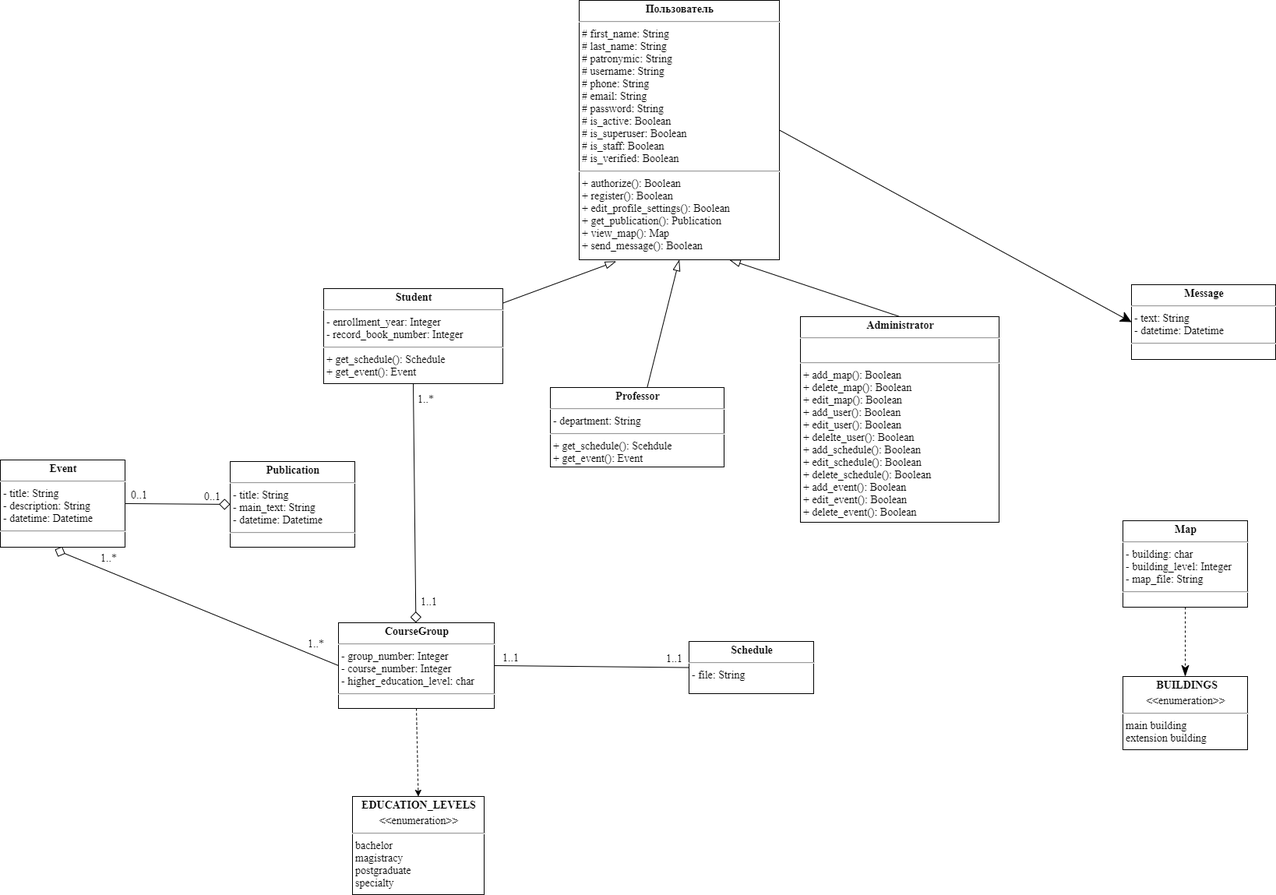
The draw.io diagram diagrams/Диаграмма класов (Class diagram)/Class diagram.png in NerdSmith/MyCSF_App, before a commit. Source tidied: cells renumbered, new cells last; positions are measured from the earlier drawing's top-left corner, leaving out a move shared by most shapes.
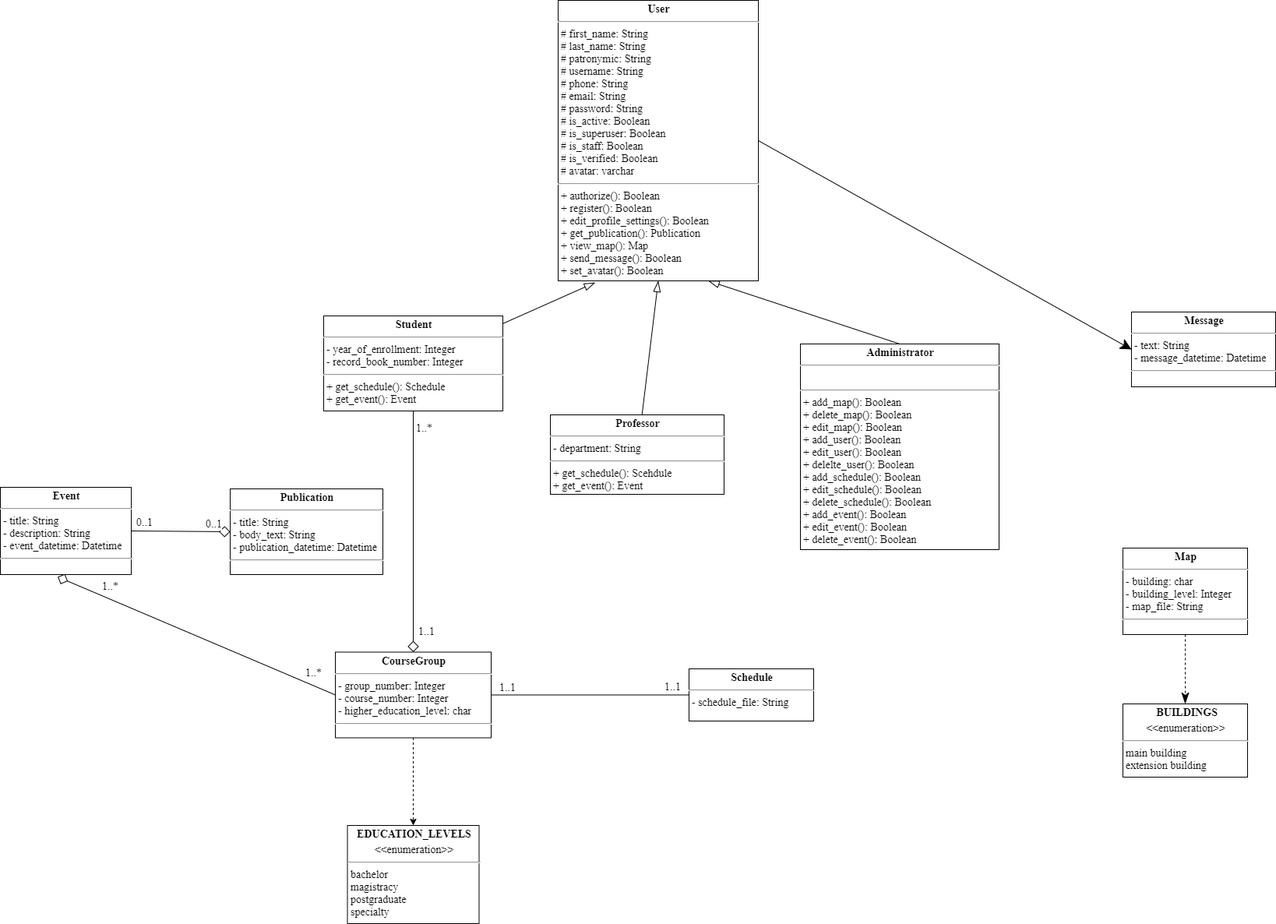
Above is the later version.

Commit message:
fix er, physical, class, sequence, state, useCase

Change to the diagram source:
```diff
@@ -7,4 +7,4 @@
     </mxCell>
-    <mxCell id="3" value="&lt;p style=&quot;margin: 4px 0px 0px ; text-align: center ; font-size: 14px&quot;&gt;&lt;b style=&quot;font-size: 14px&quot;&gt;Пользователь&lt;/b&gt;&lt;/p&gt;&lt;hr style=&quot;font-size: 14px&quot;&gt;&lt;p style=&quot;margin: 0px 0px 0px 4px ; font-size: 14px&quot;&gt;#&amp;nbsp;&lt;span style=&quot;font-size: 14px&quot;&gt;first_name&lt;/span&gt;: String&lt;/p&gt;&lt;p style=&quot;margin: 0px 0px 0px 4px ; font-size: 14px&quot;&gt;#&amp;nbsp;&lt;span style=&quot;font-size: 14px&quot;&gt;last_name&lt;/span&gt;: String&lt;/p&gt;&lt;p style=&quot;margin: 0px 0px 0px 4px ; font-size: 14px&quot;&gt;# patronymic: String&lt;/p&gt;&lt;p style=&quot;margin: 0px 0px 0px 4px ; font-size: 14px&quot;&gt;# username: String&amp;nbsp;&lt;/p&gt;&lt;p style=&quot;margin: 0px 0px 0px 4px ; font-size: 14px&quot;&gt;# phone: String&lt;/p&gt;&lt;p style=&quot;margin: 0px 0px 0px 4px ; font-size: 14px&quot;&gt;# email: String&lt;/p&gt;&lt;p style=&quot;margin: 0px 0px 0px 4px ; font-size: 14px&quot;&gt;# password: String&lt;/p&gt;&lt;p style=&quot;margin: 0px 0px 0px 4px ; font-size: 14px&quot;&gt;# is_active: Boolean&lt;br&gt;&lt;/p&gt;&lt;p style=&quot;margin: 0px 0px 0px 4px ; font-size: 14px&quot;&gt;# is_superuser: Boolean&lt;br&gt;&lt;/p&gt;&lt;p style=&quot;margin: 0px 0px 0px 4px ; font-size: 14px&quot;&gt;# is_staff: Boolean&lt;br&gt;&lt;/p&gt;&lt;p style=&quot;margin: 0px 0px 0px 4px ; font-size: 14px&quot;&gt;# is_verified: Boolean&lt;/p&gt;&lt;hr style=&quot;font-size: 14px&quot;&gt;&lt;p style=&quot;margin: 0px 0px 0px 4px ; font-size: 14px&quot;&gt;+ authorize(): Boolean&lt;/p&gt;&lt;p style=&quot;margin: 0px 0px 0px 4px ; font-size: 14px&quot;&gt;+ register(): Boolean&lt;/p&gt;&lt;p style=&quot;margin: 0px 0px 0px 4px ; font-size: 14px&quot;&gt;+ edit_profile_settings(): Boolean&lt;/p&gt;&lt;p style=&quot;margin: 0px 0px 0px 4px ; font-size: 14px&quot;&gt;+ get_publication(): Publication&lt;/p&gt;&lt;p style=&quot;margin: 0px 0px 0px 4px ; font-size: 14px&quot;&gt;+ view_map(): Map&lt;/p&gt;&lt;p style=&quot;margin: 0px 0px 0px 4px ; font-size: 14px&quot;&gt;+ send_message(): Boolean&lt;/p&gt;&lt;p style=&quot;margin: 0px 0px 0px 4px ; font-size: 14px&quot;&gt;&lt;br style=&quot;font-size: 14px&quot;&gt;&lt;/p&gt;" style="verticalAlign=top;align=left;overflow=fill;fontSize=14;fontFamily=Times New Roman;html=1;" parent="1" vertex="1">
-      <mxGeometry x="743" width="257" height="333" as="geometry" />
+    <mxCell id="3" value="&lt;p style=&quot;margin: 4px 0px 0px ; text-align: center ; font-size: 14px&quot;&gt;&lt;b&gt;User&lt;/b&gt;&lt;/p&gt;&lt;hr style=&quot;font-size: 14px&quot;&gt;&lt;p style=&quot;margin: 0px 0px 0px 4px ; font-size: 14px&quot;&gt;#&amp;nbsp;&lt;span style=&quot;font-size: 14px&quot;&gt;first_name&lt;/span&gt;: String&lt;/p&gt;&lt;p style=&quot;margin: 0px 0px 0px 4px ; font-size: 14px&quot;&gt;#&amp;nbsp;&lt;span style=&quot;font-size: 14px&quot;&gt;last_name&lt;/span&gt;: String&lt;/p&gt;&lt;p style=&quot;margin: 0px 0px 0px 4px ; font-size: 14px&quot;&gt;# patronymic: String&lt;/p&gt;&lt;p style=&quot;margin: 0px 0px 0px 4px ; font-size: 14px&quot;&gt;# username: String&amp;nbsp;&lt;/p&gt;&lt;p style=&quot;margin: 0px 0px 0px 4px ; font-size: 14px&quot;&gt;# phone: String&lt;/p&gt;&lt;p style=&quot;margin: 0px 0px 0px 4px ; font-size: 14px&quot;&gt;# email: String&lt;/p&gt;&lt;p style=&quot;margin: 0px 0px 0px 4px ; font-size: 14px&quot;&gt;# password: String&lt;/p&gt;&lt;p style=&quot;margin: 0px 0px 0px 4px ; font-size: 14px&quot;&gt;# is_active: Boolean&lt;br&gt;&lt;/p&gt;&lt;p style=&quot;margin: 0px 0px 0px 4px ; font-size: 14px&quot;&gt;# is_superuser: Boolean&lt;br&gt;&lt;/p&gt;&lt;p style=&quot;margin: 0px 0px 0px 4px ; font-size: 14px&quot;&gt;# is_staff: Boolean&lt;br&gt;&lt;/p&gt;&lt;p style=&quot;margin: 0px 0px 0px 4px ; font-size: 14px&quot;&gt;# is_verified: Boolean&lt;/p&gt;&lt;p style=&quot;margin: 0px 0px 0px 4px ; font-size: 14px&quot;&gt;# avatar: varchar&lt;/p&gt;&lt;hr style=&quot;font-size: 14px&quot;&gt;&lt;p style=&quot;margin: 0px 0px 0px 4px ; font-size: 14px&quot;&gt;+ authorize(): Boolean&lt;/p&gt;&lt;p style=&quot;margin: 0px 0px 0px 4px ; font-size: 14px&quot;&gt;+ register(): Boolean&lt;/p&gt;&lt;p style=&quot;margin: 0px 0px 0px 4px ; font-size: 14px&quot;&gt;+ edit_profile_settings(): Boolean&lt;/p&gt;&lt;p style=&quot;margin: 0px 0px 0px 4px ; font-size: 14px&quot;&gt;+ get_publication(): Publication&lt;/p&gt;&lt;p style=&quot;margin: 0px 0px 0px 4px ; font-size: 14px&quot;&gt;+ view_map(): Map&lt;/p&gt;&lt;p style=&quot;margin: 0px 0px 0px 4px ; font-size: 14px&quot;&gt;+ send_message(): Boolean&lt;/p&gt;&lt;p style=&quot;margin: 0px 0px 0px 4px ; font-size: 14px&quot;&gt;+ set_avatar(): Boolean&lt;/p&gt;" style="verticalAlign=top;align=left;overflow=fill;fontSize=14;fontFamily=Times New Roman;html=1;" parent="1" vertex="1">
+      <mxGeometry x="716" y="-35" width="257" height="360" as="geometry" />
     </mxCell>
@@ -13,3 +13,3 @@
     </mxCell>
-    <mxCell id="5" value="&lt;p style=&quot;margin: 4px 0px 0px ; text-align: center ; font-size: 14px&quot;&gt;&lt;b&gt;Student&lt;/b&gt;&lt;/p&gt;&lt;hr style=&quot;font-size: 14px&quot;&gt;&lt;p style=&quot;margin: 0px 0px 0px 4px ; font-size: 14px&quot;&gt;&lt;span style=&quot;font-size: 14px&quot;&gt;- &lt;/span&gt;enrollment_year&lt;span style=&quot;font-size: 14px&quot;&gt;: Integer&lt;/span&gt;&lt;br style=&quot;font-size: 14px&quot;&gt;&lt;/p&gt;&lt;p style=&quot;margin: 0px 0px 0px 4px ; font-size: 14px&quot;&gt;- record_book_number: Integer&lt;br style=&quot;font-size: 14px&quot;&gt;&lt;/p&gt;&lt;hr style=&quot;font-size: 14px&quot;&gt;&lt;p style=&quot;margin: 0px 0px 0px 4px ; font-size: 14px&quot;&gt;+ get_schedule(): Schedule&lt;/p&gt;&lt;p style=&quot;margin: 0px 0px 0px 4px ; font-size: 14px&quot;&gt;+ get_event(): Event&lt;/p&gt;" style="verticalAlign=top;align=left;overflow=fill;fontSize=14;fontFamily=Times New Roman;html=1;" parent="1" vertex="1">
+    <mxCell id="5" value="&lt;p style=&quot;margin: 4px 0px 0px ; text-align: center ; font-size: 14px&quot;&gt;&lt;b&gt;Student&lt;/b&gt;&lt;/p&gt;&lt;hr style=&quot;font-size: 14px&quot;&gt;&lt;p style=&quot;margin: 0px 0px 0px 4px ; font-size: 14px&quot;&gt;&lt;span style=&quot;font-size: 14px&quot;&gt;- &lt;/span&gt;year_of_enrollment&lt;span style=&quot;font-size: 14px&quot;&gt;: Integer&lt;/span&gt;&lt;br style=&quot;font-size: 14px&quot;&gt;&lt;/p&gt;&lt;p style=&quot;margin: 0px 0px 0px 4px ; font-size: 14px&quot;&gt;- record_book_number: Integer&lt;br style=&quot;font-size: 14px&quot;&gt;&lt;/p&gt;&lt;hr style=&quot;font-size: 14px&quot;&gt;&lt;p style=&quot;margin: 0px 0px 0px 4px ; font-size: 14px&quot;&gt;+ get_schedule(): Schedule&lt;/p&gt;&lt;p style=&quot;margin: 0px 0px 0px 4px ; font-size: 14px&quot;&gt;+ get_event(): Event&lt;/p&gt;" style="verticalAlign=top;align=left;overflow=fill;fontSize=14;fontFamily=Times New Roman;html=1;" parent="1" vertex="1">
       <mxGeometry x="415" y="370" width="230" height="122" as="geometry" />
@@ -28,3 +28,3 @@
     </mxCell>
-    <mxCell id="10" value="&lt;p style=&quot;margin: 4px 0px 0px ; text-align: center ; font-size: 14px&quot;&gt;&lt;b style=&quot;font-size: 14px&quot;&gt;Schedule&lt;/b&gt;&lt;/p&gt;&lt;hr style=&quot;font-size: 14px&quot;&gt;&lt;p style=&quot;margin: 0px 0px 0px 4px ; font-size: 14px&quot;&gt;&lt;span style=&quot;font-size: 14px&quot;&gt;-&amp;nbsp;&lt;/span&gt;file&lt;span style=&quot;font-size: 14px&quot;&gt;: String&lt;/span&gt;&lt;br style=&quot;font-size: 14px&quot;&gt;&lt;/p&gt;&lt;p style=&quot;margin: 0px 0px 0px 4px ; font-size: 14px&quot;&gt;&lt;br style=&quot;font-size: 14px&quot;&gt;&lt;/p&gt;&lt;p style=&quot;margin: 0px 0px 0px 4px ; font-size: 14px&quot;&gt;&lt;br style=&quot;font-size: 14px&quot;&gt;&lt;/p&gt;" style="verticalAlign=top;align=left;overflow=fill;fontSize=14;fontFamily=Times New Roman;html=1;" parent="1" vertex="1">
+    <mxCell id="10" value="&lt;p style=&quot;margin: 4px 0px 0px ; text-align: center ; font-size: 14px&quot;&gt;&lt;b style=&quot;font-size: 14px&quot;&gt;Schedule&lt;/b&gt;&lt;/p&gt;&lt;hr style=&quot;font-size: 14px&quot;&gt;&lt;p style=&quot;margin: 0px 0px 0px 4px ; font-size: 14px&quot;&gt;&lt;span style=&quot;font-size: 14px&quot;&gt;- schedule_&lt;/span&gt;file&lt;span style=&quot;font-size: 14px&quot;&gt;: String&lt;/span&gt;&lt;br style=&quot;font-size: 14px&quot;&gt;&lt;/p&gt;&lt;p style=&quot;margin: 0px 0px 0px 4px ; font-size: 14px&quot;&gt;&lt;br style=&quot;font-size: 14px&quot;&gt;&lt;/p&gt;&lt;p style=&quot;margin: 0px 0px 0px 4px ; font-size: 14px&quot;&gt;&lt;br style=&quot;font-size: 14px&quot;&gt;&lt;/p&gt;" style="verticalAlign=top;align=left;overflow=fill;fontSize=14;fontFamily=Times New Roman;html=1;" parent="1" vertex="1">
       <mxGeometry x="884" y="823" width="160" height="67" as="geometry" />
@@ -39,4 +39,4 @@
     </mxCell>
-    <mxCell id="13" value="&lt;p style=&quot;margin: 4px 0px 0px ; text-align: center ; font-size: 14px&quot;&gt;&lt;b style=&quot;font-size: 14px&quot;&gt;Publication&lt;/b&gt;&lt;/p&gt;&lt;hr style=&quot;font-size: 14px&quot;&gt;&lt;p style=&quot;margin: 0px 0px 0px 4px ; font-size: 14px&quot;&gt;- title: String&lt;/p&gt;&lt;p style=&quot;margin: 0px 0px 0px 4px ; font-size: 14px&quot;&gt;- main_text: String&lt;/p&gt;&lt;p style=&quot;margin: 0px 0px 0px 4px ; font-size: 14px&quot;&gt;- datetime: Datetime&lt;/p&gt;&lt;hr style=&quot;font-size: 14px&quot;&gt;&lt;p style=&quot;margin: 0px 0px 0px 4px ; font-size: 14px&quot;&gt;&lt;br style=&quot;font-size: 14px&quot;&gt;&lt;/p&gt;" style="verticalAlign=top;align=left;overflow=fill;fontSize=14;fontFamily=Times New Roman;html=1;" parent="1" vertex="1">
-      <mxGeometry x="295" y="592" width="160" height="110" as="geometry" />
+    <mxCell id="13" value="&lt;p style=&quot;margin: 4px 0px 0px ; text-align: center ; font-size: 14px&quot;&gt;&lt;b style=&quot;font-size: 14px&quot;&gt;Publication&lt;/b&gt;&lt;/p&gt;&lt;hr style=&quot;font-size: 14px&quot;&gt;&lt;p style=&quot;margin: 0px 0px 0px 4px ; font-size: 14px&quot;&gt;- title: String&lt;/p&gt;&lt;p style=&quot;margin: 0px 0px 0px 4px ; font-size: 14px&quot;&gt;- body_text: String&lt;/p&gt;&lt;p style=&quot;margin: 0px 0px 0px 4px ; font-size: 14px&quot;&gt;- publication_datetime: Datetime&lt;/p&gt;&lt;hr style=&quot;font-size: 14px&quot;&gt;&lt;p style=&quot;margin: 0px 0px 0px 4px ; font-size: 14px&quot;&gt;&lt;br style=&quot;font-size: 14px&quot;&gt;&lt;/p&gt;" style="verticalAlign=top;align=left;overflow=fill;fontSize=14;fontFamily=Times New Roman;html=1;" parent="1" vertex="1">
+      <mxGeometry x="295" y="592" width="196" height="110" as="geometry" />
     </mxCell>
@@ -50,4 +50,4 @@
     </mxCell>
-    <mxCell id="16" value="&lt;p style=&quot;margin: 4px 0px 0px ; text-align: center ; font-size: 14px&quot;&gt;&lt;b style=&quot;font-size: 14px&quot;&gt;Event&lt;/b&gt;&lt;/p&gt;&lt;hr style=&quot;font-size: 14px&quot;&gt;&lt;p style=&quot;margin: 0px 0px 0px 4px ; font-size: 14px&quot;&gt;&lt;span style=&quot;font-size: 14px&quot;&gt;- title: String&lt;/span&gt;&lt;br style=&quot;font-size: 14px&quot;&gt;&lt;/p&gt;&lt;p style=&quot;margin: 0px 0px 0px 4px ; font-size: 14px&quot;&gt;- description: String&lt;/p&gt;&lt;p style=&quot;margin: 0px 0px 0px 4px ; font-size: 14px&quot;&gt;- datetime: Datetime&lt;/p&gt;&lt;hr style=&quot;font-size: 14px&quot;&gt;&lt;p style=&quot;margin: 0px 0px 0px 4px ; font-size: 14px&quot;&gt;&lt;br style=&quot;font-size: 14px&quot;&gt;&lt;/p&gt;" style="verticalAlign=top;align=left;overflow=fill;fontSize=14;fontFamily=Times New Roman;html=1;" parent="1" vertex="1">
-      <mxGeometry y="590" width="160" height="112" as="geometry" />
+    <mxCell id="16" value="&lt;p style=&quot;margin: 4px 0px 0px ; text-align: center ; font-size: 14px&quot;&gt;&lt;b style=&quot;font-size: 14px&quot;&gt;Event&lt;/b&gt;&lt;/p&gt;&lt;hr style=&quot;font-size: 14px&quot;&gt;&lt;p style=&quot;margin: 0px 0px 0px 4px ; font-size: 14px&quot;&gt;&lt;span style=&quot;font-size: 14px&quot;&gt;- title: String&lt;/span&gt;&lt;br style=&quot;font-size: 14px&quot;&gt;&lt;/p&gt;&lt;p style=&quot;margin: 0px 0px 0px 4px ; font-size: 14px&quot;&gt;- description: String&lt;/p&gt;&lt;p style=&quot;margin: 0px 0px 0px 4px ; font-size: 14px&quot;&gt;- event_datetime: Datetime&lt;/p&gt;&lt;hr style=&quot;font-size: 14px&quot;&gt;&lt;p style=&quot;margin: 0px 0px 0px 4px ; font-size: 14px&quot;&gt;&lt;br style=&quot;font-size: 14px&quot;&gt;&lt;/p&gt;" style="verticalAlign=top;align=left;overflow=fill;fontSize=14;fontFamily=Times New Roman;html=1;" parent="1" vertex="1">
+      <mxGeometry y="590" width="168" height="112" as="geometry" />
     </mxCell>
@@ -59,3 +59,3 @@
     </mxCell>
-    <mxCell id="19" value="&lt;p style=&quot;margin: 4px 0px 0px ; text-align: center ; font-size: 14px&quot;&gt;&lt;b style=&quot;font-size: 14px&quot;&gt;Message&lt;/b&gt;&lt;/p&gt;&lt;hr style=&quot;font-size: 14px&quot;&gt;&lt;p style=&quot;margin: 0px 0px 0px 4px ; font-size: 14px&quot;&gt;&lt;span style=&quot;font-size: 14px&quot;&gt;-&amp;nbsp;&lt;/span&gt;text&lt;span style=&quot;font-size: 14px&quot;&gt;: String&lt;/span&gt;&lt;br style=&quot;font-size: 14px&quot;&gt;&lt;/p&gt;&lt;p style=&quot;margin: 0px 0px 0px 4px ; font-size: 14px&quot;&gt;&lt;span style=&quot;font-size: 14px&quot;&gt;-&amp;nbsp;&lt;/span&gt;datetime&lt;span style=&quot;font-size: 14px&quot;&gt;: Datetime&lt;/span&gt;&lt;/p&gt;&lt;hr style=&quot;font-size: 14px&quot;&gt;&lt;p style=&quot;margin: 0px 0px 0px 4px ; font-size: 14px&quot;&gt;&lt;br style=&quot;font-size: 14px&quot;&gt;&lt;/p&gt;" style="verticalAlign=top;align=left;overflow=fill;fontSize=14;fontFamily=Times New Roman;html=1;" parent="1" vertex="1">
+    <mxCell id="19" value="&lt;p style=&quot;margin: 4px 0px 0px ; text-align: center ; font-size: 14px&quot;&gt;&lt;b style=&quot;font-size: 14px&quot;&gt;Message&lt;/b&gt;&lt;/p&gt;&lt;hr style=&quot;font-size: 14px&quot;&gt;&lt;p style=&quot;margin: 0px 0px 0px 4px ; font-size: 14px&quot;&gt;&lt;span style=&quot;font-size: 14px&quot;&gt;-&amp;nbsp;&lt;/span&gt;text&lt;span style=&quot;font-size: 14px&quot;&gt;: String&lt;/span&gt;&lt;br style=&quot;font-size: 14px&quot;&gt;&lt;/p&gt;&lt;p style=&quot;margin: 0px 0px 0px 4px ; font-size: 14px&quot;&gt;&lt;span style=&quot;font-size: 14px&quot;&gt;- message_&lt;/span&gt;datetime&lt;span style=&quot;font-size: 14px&quot;&gt;: Datetime&lt;/span&gt;&lt;/p&gt;&lt;hr style=&quot;font-size: 14px&quot;&gt;&lt;p style=&quot;margin: 0px 0px 0px 4px ; font-size: 14px&quot;&gt;&lt;br style=&quot;font-size: 14px&quot;&gt;&lt;/p&gt;" style="verticalAlign=top;align=left;overflow=fill;fontSize=14;fontFamily=Times New Roman;html=1;" parent="1" vertex="1">
       <mxGeometry x="1452" y="365" width="185" height="96" as="geometry" />
@@ -90,6 +90,6 @@
     <mxCell id="27" value="&lt;p style=&quot;margin: 4px 0px 0px ; text-align: center ; font-size: 14px&quot;&gt;&lt;b style=&quot;font-size: 14px&quot;&gt;CourseGroup&lt;/b&gt;&lt;/p&gt;&lt;hr style=&quot;font-size: 14px&quot;&gt;&lt;p style=&quot;margin: 0px 0px 0px 4px ; font-size: 14px&quot;&gt;- group_number: Integer&lt;/p&gt;&lt;p style=&quot;margin: 0px 0px 0px 4px ; font-size: 14px&quot;&gt;- course_number: Integer&lt;/p&gt;&lt;p style=&quot;margin: 0px 0px 0px 4px ; font-size: 14px&quot;&gt;- higher_education_level: char&lt;/p&gt;&lt;hr style=&quot;font-size: 14px&quot;&gt;&lt;p style=&quot;margin: 0px 0px 0px 4px ; font-size: 14px&quot;&gt;&lt;br style=&quot;font-size: 14px&quot;&gt;&lt;/p&gt;" style="verticalAlign=top;align=left;overflow=fill;fontSize=14;fontFamily=Times New Roman;html=1;" parent="1" vertex="1">
-      <mxGeometry x="434" y="799" width="200" height="110" as="geometry" />
+      <mxGeometry x="430" y="801.5" width="200" height="110" as="geometry" />
     </mxCell>
     <mxCell id="28" value="&lt;p style=&quot;margin: 4px 0px 0px ; text-align: center ; font-size: 14px&quot;&gt;&lt;b style=&quot;font-size: 14px&quot;&gt;EDUCATION_LEVELS&lt;/b&gt;&lt;/p&gt;&lt;p style=&quot;margin: 4px 0px 0px ; text-align: center ; font-size: 14px&quot;&gt;&lt;span style=&quot;text-align: left ; font-size: 14px&quot;&gt;&amp;lt;&amp;lt;enumeration&amp;gt;&amp;gt;&lt;/span&gt;&lt;b style=&quot;font-size: 14px&quot;&gt;&lt;br style=&quot;font-size: 14px&quot;&gt;&lt;/b&gt;&lt;/p&gt;&lt;hr style=&quot;font-size: 14px&quot;&gt;&lt;p style=&quot;margin: 0px 0px 0px 4px ; font-size: 14px&quot;&gt;bachelor&lt;/p&gt;&lt;p style=&quot;margin: 0px 0px 0px 4px&quot;&gt;magistracy&lt;br&gt;&lt;/p&gt;&lt;p style=&quot;margin: 0px 0px 0px 4px&quot;&gt;postgraduate&lt;br&gt;&lt;/p&gt;&lt;p style=&quot;margin: 0px 0px 0px 4px&quot;&gt;specialty&lt;br&gt;&lt;/p&gt;&lt;p style=&quot;margin: 0px 0px 0px 4px ; font-size: 14px&quot;&gt;&lt;br&gt;&lt;/p&gt;&lt;p style=&quot;margin: 0px 0px 0px 4px ; font-size: 14px&quot;&gt;&lt;br&gt;&lt;/p&gt;&lt;p style=&quot;margin: 0px 0px 0px 4px ; font-size: 14px&quot;&gt;&lt;br&gt;&lt;/p&gt;&lt;p style=&quot;margin: 0px 0px 0px 4px ; font-size: 14px&quot;&gt;&lt;br&gt;&lt;/p&gt;&lt;p style=&quot;margin: 0px 0px 0px 4px ; font-size: 14px&quot;&gt;&lt;br style=&quot;font-size: 14px&quot;&gt;&lt;/p&gt;" style="verticalAlign=top;align=left;overflow=fill;fontSize=14;fontFamily=Times New Roman;html=1;" parent="1" vertex="1">
-      <mxGeometry x="452" y="1022" width="169" height="126" as="geometry" />
+      <mxGeometry x="445.5" y="1024" width="169" height="126" as="geometry" />
     </mxCell>
```
